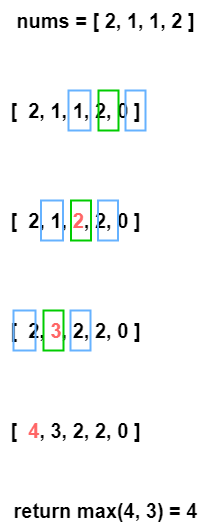
The draw.io diagram Python3/img/HouseRobber.png in ashiven/leetcode-solutions, before a commit. Source tidied: cells renumbered, new cells last; positions are measured from the earlier drawing's top-left corner, leaving out a move shared by most shapes.
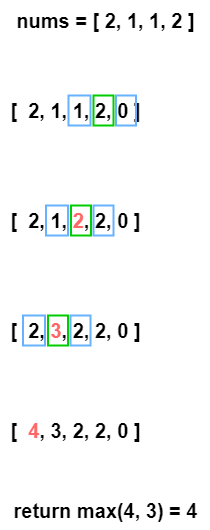
After the commit.

What changed in the source:
```diff
@@ -6,7 +6,7 @@
       <mxGeometry y="90" width="150" height="40" as="geometry" />
     </mxCell>
     <mxCell id="3" style="rounded=0;whiteSpace=wrap;html=1;fillColor=none;strokeWidth=2;strokeColor=#66B2FF;fontSize=20;fontStyle=1;" parent="1" vertex="1">
-      <mxGeometry x="68" y="90" width="22" height="40" as="geometry" />
+      <mxGeometry x="68" y="95" width="22" height="30" as="geometry" />
     </mxCell>
     <mxCell id="4" value="[&amp;nbsp; 2, 1, &lt;font color=&quot;#ff6666&quot; style=&quot;font-size: 20px;&quot;&gt;2&lt;/font&gt;, 2, 0 ]" style="text;html=1;align=center;verticalAlign=middle;strokeColor=none;fillColor=none;fontSize=20;fontStyle=1;" parent="1" vertex="1">
       <mxGeometry y="200" width="150" height="40" as="geometry" />
@@ -18,34 +18,34 @@
       <mxGeometry y="410" width="150" height="40" as="geometry" />
     </mxCell>
     <mxCell id="7" style="rounded=0;whiteSpace=wrap;html=1;fillColor=none;strokeWidth=2;strokeColor=#66B2FF;fontSize=20;fontStyle=1;" parent="1" vertex="1">
-      <mxGeometry x="125" y="90" width="20" height="40" as="geometry" />
+      <mxGeometry x="115.5" y="95" width="20" height="30" as="geometry" />
     </mxCell>
     <mxCell id="8" style="rounded=0;whiteSpace=wrap;html=1;fillColor=none;strokeWidth=2;strokeColor=#00CC00;fontSize=20;fontStyle=1;" parent="1" vertex="1">
-      <mxGeometry x="98" y="90" width="20" height="40" as="geometry" />
+      <mxGeometry x="93" y="95" width="20" height="30" as="geometry" />
     </mxCell>
-    <mxCell id="9" style="rounded=0;whiteSpace=wrap;html=1;fillColor=none;strokeWidth=2;strokeColor=#66B2FF;fontSize=20;fontStyle=1;" parent="1" vertex="1">
-      <mxGeometry x="13" y="310" width="22" height="40" as="geometry" />
-    </mxCell>
-    <mxCell id="10" style="rounded=0;whiteSpace=wrap;html=1;fillColor=none;strokeWidth=2;strokeColor=#66B2FF;fontSize=20;fontStyle=1;" parent="1" vertex="1">
-      <mxGeometry x="70" y="310" width="20" height="40" as="geometry" />
-    </mxCell>
-    <mxCell id="11" style="rounded=0;whiteSpace=wrap;html=1;fillColor=none;strokeWidth=2;strokeColor=#00CC00;fontSize=20;fontStyle=1;" parent="1" vertex="1">
-      <mxGeometry x="43" y="310" width="20" height="40" as="geometry" />
-    </mxCell>
-    <mxCell id="12" style="rounded=0;whiteSpace=wrap;html=1;fillColor=none;strokeWidth=2;strokeColor=#66B2FF;fontSize=20;fontStyle=1;" parent="1" vertex="1">
-      <mxGeometry x="40.5" y="200" width="22" height="40" as="geometry" />
-    </mxCell>
-    <mxCell id="13" style="rounded=0;whiteSpace=wrap;html=1;fillColor=none;strokeWidth=2;strokeColor=#66B2FF;fontSize=20;fontStyle=1;" parent="1" vertex="1">
-      <mxGeometry x="97.5" y="200" width="20" height="40" as="geometry" />
-    </mxCell>
-    <mxCell id="14" style="rounded=0;whiteSpace=wrap;html=1;fillColor=none;strokeWidth=2;strokeColor=#00CC00;fontSize=20;fontStyle=1;" parent="1" vertex="1">
-      <mxGeometry x="70.5" y="200" width="20" height="40" as="geometry" />
-    </mxCell>
     <mxCell id="15" value="return max(4, 3) = 4" style="text;html=1;align=center;verticalAlign=middle;strokeColor=none;fillColor=none;fontSize=20;fontStyle=1;" parent="1" vertex="1">
       <mxGeometry y="490" width="210" height="40" as="geometry" />
     </mxCell>
     <mxCell id="16" value="nums = [ 2, 1, 1, 2 ]" style="text;html=1;align=center;verticalAlign=middle;strokeColor=none;fillColor=none;fontSize=20;fontStyle=1;" parent="1" vertex="1">
       <mxGeometry x="5" width="200" height="40" as="geometry" />
     </mxCell>
+    <mxCell id="17" style="rounded=0;whiteSpace=wrap;html=1;fillColor=none;strokeWidth=2;strokeColor=#66B2FF;fontSize=20;fontStyle=1;" parent="1" vertex="1">
+      <mxGeometry x="45.5" y="205" width="22" height="30" as="geometry" />
+    </mxCell>
+    <mxCell id="18" style="rounded=0;whiteSpace=wrap;html=1;fillColor=none;strokeWidth=2;strokeColor=#66B2FF;fontSize=20;fontStyle=1;" parent="1" vertex="1">
+      <mxGeometry x="93" y="205" width="20" height="30" as="geometry" />
+    </mxCell>
+    <mxCell id="19" style="rounded=0;whiteSpace=wrap;html=1;fillColor=none;strokeWidth=2;strokeColor=#00CC00;fontSize=20;fontStyle=1;" parent="1" vertex="1">
+      <mxGeometry x="70.5" y="205" width="20" height="30" as="geometry" />
+    </mxCell>
+    <mxCell id="20" style="rounded=0;whiteSpace=wrap;html=1;fillColor=none;strokeWidth=2;strokeColor=#66B2FF;fontSize=20;fontStyle=1;" parent="1" vertex="1">
+      <mxGeometry x="22.5" y="315" width="22" height="30" as="geometry" />
+    </mxCell>
+    <mxCell id="21" style="rounded=0;whiteSpace=wrap;html=1;fillColor=none;strokeWidth=2;strokeColor=#66B2FF;fontSize=20;fontStyle=1;" parent="1" vertex="1">
+      <mxGeometry x="70" y="315" width="20" height="30" as="geometry" />
+    </mxCell>
+    <mxCell id="22" style="rounded=0;whiteSpace=wrap;html=1;fillColor=none;strokeWidth=2;strokeColor=#00CC00;fontSize=20;fontStyle=1;" parent="1" vertex="1">
+      <mxGeometry x="47.5" y="315" width="20" height="30" as="geometry" />
+    </mxCell>
   </root>
 </mxGraphModel>
```
